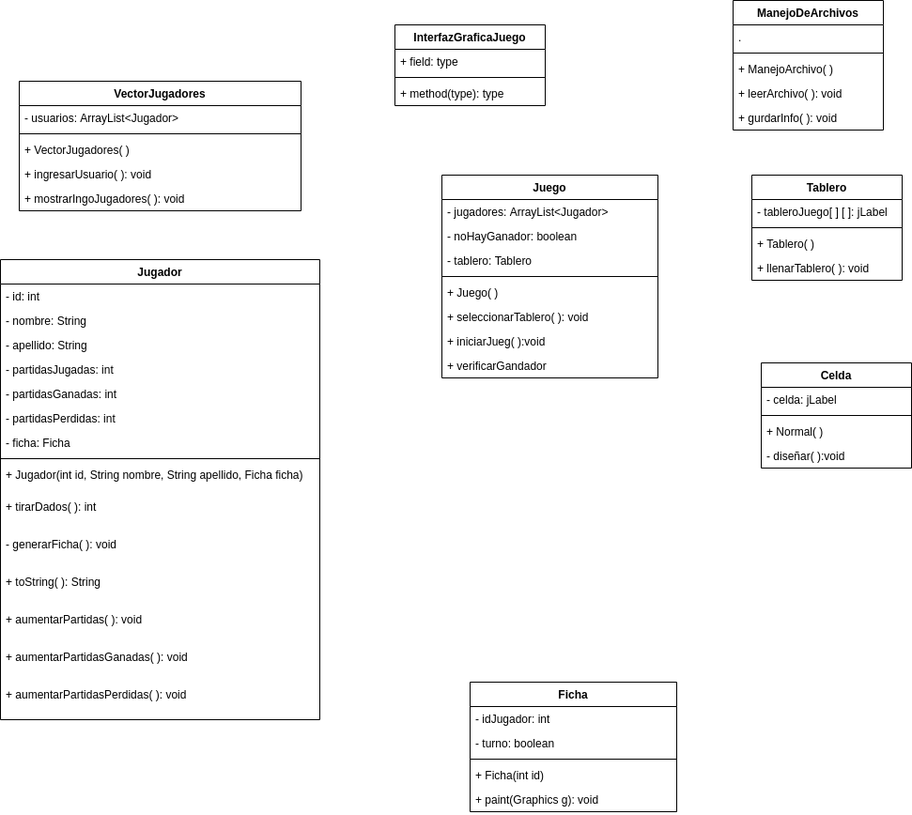
This is Proyecto Final.png from Pabloluis10/Escaleras-y-Serpientes, a draw.io export, as it was before one commit. Source tidied: cells renumbered, new cells last; positions are measured from the earlier drawing's top-left corner, leaving out a move shared by most shapes.
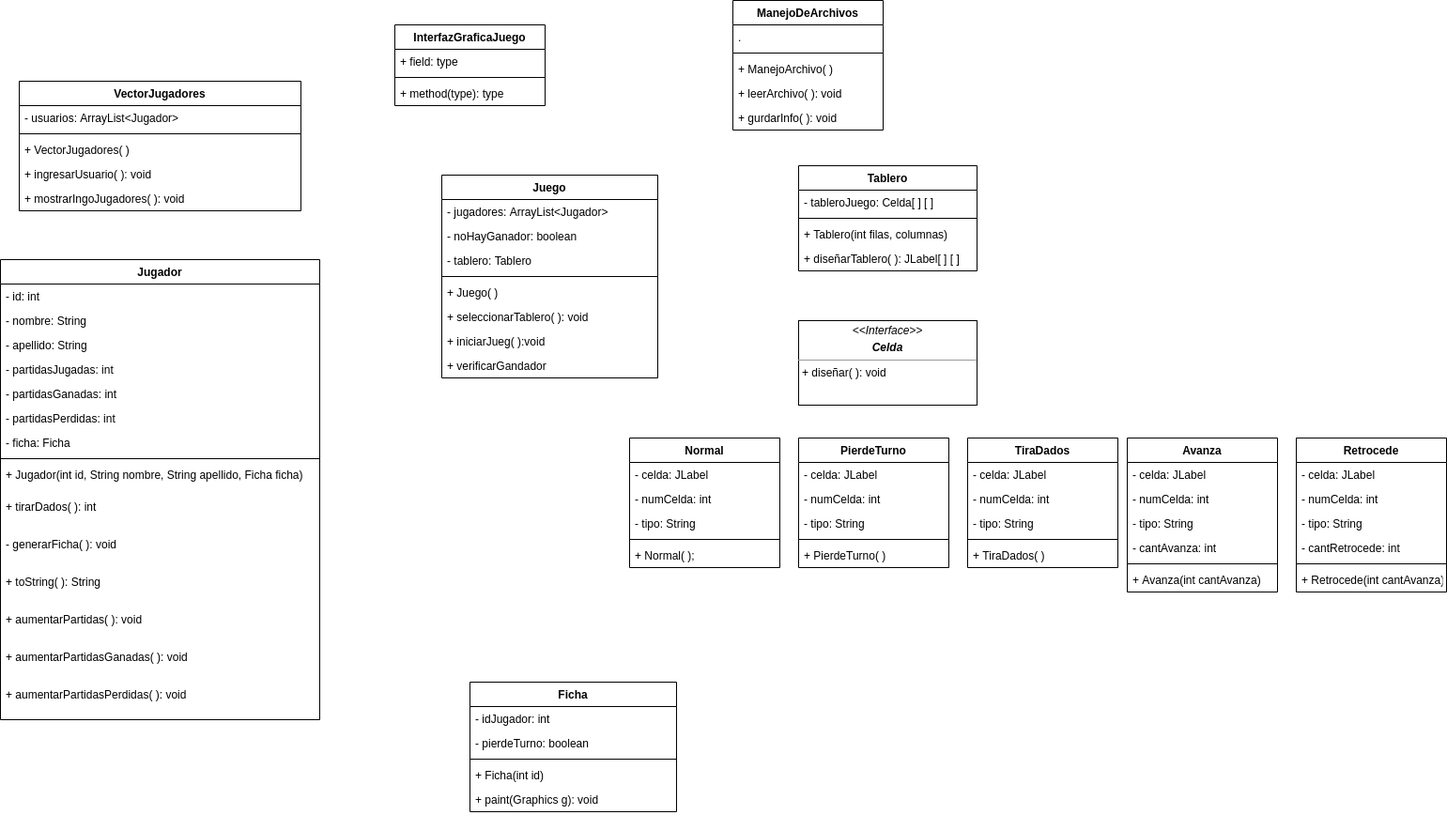
Later version of the same file.

Commit message:
Remplace la clase celda por interfaz celda

Diff of the diagram source:
```diff
@@ -56,7 +56,7 @@
     <mxCell id="19" value="- idJugador: int" style="text;strokeColor=none;fillColor=none;align=left;verticalAlign=top;spacingLeft=4;spacingRight=4;overflow=hidden;" parent="18" vertex="1">
       <mxGeometry y="26" width="220" height="26" as="geometry" />
     </mxCell>
-    <mxCell id="20" value="- turno: boolean" style="text;strokeColor=none;fillColor=none;align=left;verticalAlign=top;spacingLeft=4;spacingRight=4;overflow=hidden;" parent="18" vertex="1">
+    <mxCell id="20" value="- pierdeTurno: boolean" style="text;strokeColor=none;fillColor=none;align=left;verticalAlign=top;spacingLeft=4;spacingRight=4;overflow=hidden;" parent="18" vertex="1">
       <mxGeometry y="52" width="220" height="26" as="geometry" />
     </mxCell>
     <mxCell id="21" style="line;strokeWidth=1;fillColor=none;align=left;verticalAlign=middle;spacingTop=-1;spacingLeft=3;spacingRight=3;labelPosition=right;" parent="18" vertex="1">
@@ -69,19 +69,19 @@
       <mxGeometry y="112" width="220" height="26" as="geometry" />
     </mxCell>
     <mxCell id="24" value="Tablero" style="swimlane;fontStyle=1;align=center;verticalAlign=top;horizontal=1;startSize=26;" parent="1" vertex="1">
-      <mxGeometry x="800" y="186" width="160" height="112" as="geometry" />
+      <mxGeometry x="850" y="176" width="190" height="112" as="geometry" />
     </mxCell>
-    <mxCell id="25" value="- tableroJuego[ ] [ ]: jLabel " style="text;strokeColor=none;fillColor=none;align=left;verticalAlign=top;spacingLeft=4;spacingRight=4;overflow=hidden;" parent="24" vertex="1">
-      <mxGeometry y="26" width="160" height="26" as="geometry" />
+    <mxCell id="25" value="- tableroJuego: Celda[ ] [ ]" style="text;strokeColor=none;fillColor=none;align=left;verticalAlign=top;spacingLeft=4;spacingRight=4;overflow=hidden;" parent="24" vertex="1">
+      <mxGeometry y="26" width="190" height="26" as="geometry" />
     </mxCell>
     <mxCell id="26" style="line;strokeWidth=1;fillColor=none;align=left;verticalAlign=middle;spacingTop=-1;spacingLeft=3;spacingRight=3;labelPosition=right;" parent="24" vertex="1">
-      <mxGeometry y="52" width="160" height="8" as="geometry" />
+      <mxGeometry y="52" width="190" height="8" as="geometry" />
     </mxCell>
-    <mxCell id="27" value="+ Tablero( )" style="text;strokeColor=none;fillColor=none;align=left;verticalAlign=top;spacingLeft=4;spacingRight=4;overflow=hidden;" parent="24" vertex="1">
-      <mxGeometry y="60" width="160" height="26" as="geometry" />
+    <mxCell id="27" value="+ Tablero(int filas, columnas)" style="text;strokeColor=none;fillColor=none;align=left;verticalAlign=top;spacingLeft=4;spacingRight=4;overflow=hidden;" parent="24" vertex="1">
+      <mxGeometry y="60" width="190" height="26" as="geometry" />
     </mxCell>
-    <mxCell id="28" value="+ llenarTablero( ): void" style="text;strokeColor=none;fillColor=none;align=left;verticalAlign=top;spacingLeft=4;spacingRight=4;overflow=hidden;" parent="24" vertex="1">
-      <mxGeometry y="86" width="160" height="26" as="geometry" />
+    <mxCell id="28" value="+ diseñarTablero( ): JLabel[ ] [ ]" style="text;strokeColor=none;fillColor=none;align=left;verticalAlign=top;spacingLeft=4;spacingRight=4;overflow=hidden;" parent="24" vertex="1">
+      <mxGeometry y="86" width="190" height="26" as="geometry" />
     </mxCell>
     <mxCell id="29" value="VectorJugadores" style="swimlane;fontStyle=1;align=center;verticalAlign=top;horizontal=1;startSize=26;" parent="1" vertex="1">
       <mxGeometry x="20" y="86" width="300" height="138" as="geometry" />
@@ -101,21 +101,6 @@
     <mxCell id="34" value="+ mostrarIngoJugadores( ): void" style="text;strokeColor=none;fillColor=none;align=left;verticalAlign=top;spacingLeft=4;spacingRight=4;overflow=hidden;" parent="29" vertex="1">
       <mxGeometry y="112" width="300" height="26" as="geometry" />
     </mxCell>
-    <mxCell id="35" value="Celda" style="swimlane;fontStyle=1;align=center;verticalAlign=top;horizontal=1;startSize=26;" parent="1" vertex="1">
-      <mxGeometry x="810" y="386" width="160" height="112" as="geometry" />
-    </mxCell>
-    <mxCell id="36" value="- celda: jLabel" style="text;strokeColor=none;fillColor=none;align=left;verticalAlign=top;spacingLeft=4;spacingRight=4;overflow=hidden;" parent="35" vertex="1">
-      <mxGeometry y="26" width="160" height="26" as="geometry" />
-    </mxCell>
-    <mxCell id="37" style="line;strokeWidth=1;fillColor=none;align=left;verticalAlign=middle;spacingTop=-1;spacingLeft=3;spacingRight=3;labelPosition=right;" parent="35" vertex="1">
-      <mxGeometry y="52" width="160" height="8" as="geometry" />
-    </mxCell>
-    <mxCell id="38" value="+ Normal( )" style="text;strokeColor=none;fillColor=none;align=left;verticalAlign=top;spacingLeft=4;spacingRight=4;overflow=hidden;" parent="35" vertex="1">
-      <mxGeometry y="60" width="160" height="26" as="geometry" />
-    </mxCell>
-    <mxCell id="39" value="- diseñar( ):void" style="text;strokeColor=none;fillColor=none;align=left;verticalAlign=top;spacingLeft=4;spacingRight=4;overflow=hidden;" parent="35" vertex="1">
-      <mxGeometry y="86" width="160" height="26" as="geometry" />
-    </mxCell>
     <mxCell id="40" value="Juego" style="swimlane;fontStyle=1;align=center;verticalAlign=top;horizontal=1;startSize=26;" parent="1" vertex="1">
       <mxGeometry x="470" y="186" width="230" height="216" as="geometry" />
     </mxCell>
@@ -173,5 +158,104 @@
     <mxCell id="58" value="+ gurdarInfo( ): void" style="text;strokeColor=none;fillColor=none;align=left;verticalAlign=top;spacingLeft=4;spacingRight=4;overflow=hidden;" parent="53" vertex="1">
       <mxGeometry y="112" width="160" height="26" as="geometry" />
     </mxCell>
+    <mxCell id="59" value="&lt;p style=&quot;margin: 0px ; margin-top: 4px ; text-align: center&quot;&gt;&lt;i&gt;&amp;lt;&amp;lt;Interface&amp;gt;&amp;gt;&lt;/i&gt;&lt;br&gt;&lt;/p&gt;&lt;p style=&quot;margin: 0px ; margin-top: 4px ; text-align: center&quot;&gt;&lt;i&gt;&lt;b&gt;Celda&lt;/b&gt;&lt;/i&gt;&lt;/p&gt;&lt;hr size=&quot;1&quot;&gt;&lt;p style=&quot;margin: 0px ; margin-left: 4px&quot;&gt;+ diseñar( ): void&lt;br&gt;&lt;/p&gt;" style="verticalAlign=top;align=left;overflow=fill;fontSize=12;fontFamily=Helvetica;html=1;" parent="1" vertex="1">
+      <mxGeometry x="850" y="341" width="190" height="90" as="geometry" />
+    </mxCell>
+    <mxCell id="60" value="Normal" style="swimlane;fontStyle=1;align=center;verticalAlign=top;horizontal=1;startSize=26;" parent="1" vertex="1">
+      <mxGeometry x="670" y="466" width="160" height="138" as="geometry" />
+    </mxCell>
+    <mxCell id="61" value="- celda: JLabel" style="text;strokeColor=none;fillColor=none;align=left;verticalAlign=top;spacingLeft=4;spacingRight=4;overflow=hidden;" parent="60" vertex="1">
+      <mxGeometry y="26" width="160" height="26" as="geometry" />
+    </mxCell>
+    <mxCell id="62" value="- numCelda: int" style="text;strokeColor=none;fillColor=none;align=left;verticalAlign=top;spacingLeft=4;spacingRight=4;overflow=hidden;" parent="60" vertex="1">
+      <mxGeometry y="52" width="160" height="26" as="geometry" />
+    </mxCell>
+    <mxCell id="63" value="- tipo: String" style="text;strokeColor=none;fillColor=none;align=left;verticalAlign=top;spacingLeft=4;spacingRight=4;overflow=hidden;" parent="60" vertex="1">
+      <mxGeometry y="78" width="160" height="26" as="geometry" />
+    </mxCell>
+    <mxCell id="64" style="line;strokeWidth=1;fillColor=none;align=left;verticalAlign=middle;spacingTop=-1;spacingLeft=3;spacingRight=3;labelPosition=right;" parent="60" vertex="1">
+      <mxGeometry y="104" width="160" height="8" as="geometry" />
+    </mxCell>
+    <mxCell id="65" value="+ Normal( );" style="text;strokeColor=none;fillColor=none;align=left;verticalAlign=top;spacingLeft=4;spacingRight=4;overflow=hidden;" parent="60" vertex="1">
+      <mxGeometry y="112" width="160" height="26" as="geometry" />
+    </mxCell>
+    <mxCell id="66" value="PierdeTurno" style="swimlane;fontStyle=1;align=center;verticalAlign=top;horizontal=1;startSize=26;" parent="1" vertex="1">
+      <mxGeometry x="850" y="466" width="160" height="138" as="geometry" />
+    </mxCell>
+    <mxCell id="67" value="- celda: JLabel" style="text;strokeColor=none;fillColor=none;align=left;verticalAlign=top;spacingLeft=4;spacingRight=4;overflow=hidden;" parent="66" vertex="1">
+      <mxGeometry y="26" width="160" height="26" as="geometry" />
+    </mxCell>
+    <mxCell id="68" value="- numCelda: int" style="text;strokeColor=none;fillColor=none;align=left;verticalAlign=top;spacingLeft=4;spacingRight=4;overflow=hidden;" parent="66" vertex="1">
+      <mxGeometry y="52" width="160" height="26" as="geometry" />
+    </mxCell>
+    <mxCell id="69" value="- tipo: String" style="text;strokeColor=none;fillColor=none;align=left;verticalAlign=top;spacingLeft=4;spacingRight=4;overflow=hidden;" parent="66" vertex="1">
+      <mxGeometry y="78" width="160" height="26" as="geometry" />
+    </mxCell>
+    <mxCell id="70" style="line;strokeWidth=1;fillColor=none;align=left;verticalAlign=middle;spacingTop=-1;spacingLeft=3;spacingRight=3;labelPosition=right;" parent="66" vertex="1">
+      <mxGeometry y="104" width="160" height="8" as="geometry" />
+    </mxCell>
+    <mxCell id="71" value="+ PierdeTurno( )" style="text;strokeColor=none;fillColor=none;align=left;verticalAlign=top;spacingLeft=4;spacingRight=4;overflow=hidden;" parent="66" vertex="1">
+      <mxGeometry y="112" width="160" height="26" as="geometry" />
+    </mxCell>
+    <mxCell id="72" value="TiraDados" style="swimlane;fontStyle=1;align=center;verticalAlign=top;horizontal=1;startSize=26;" parent="1" vertex="1">
+      <mxGeometry x="1030" y="466" width="160" height="138" as="geometry" />
+    </mxCell>
+    <mxCell id="73" value="- celda: JLabel" style="text;strokeColor=none;fillColor=none;align=left;verticalAlign=top;spacingLeft=4;spacingRight=4;overflow=hidden;" parent="72" vertex="1">
+      <mxGeometry y="26" width="160" height="26" as="geometry" />
+    </mxCell>
+    <mxCell id="74" value="- numCelda: int" style="text;strokeColor=none;fillColor=none;align=left;verticalAlign=top;spacingLeft=4;spacingRight=4;overflow=hidden;" parent="72" vertex="1">
+      <mxGeometry y="52" width="160" height="26" as="geometry" />
+    </mxCell>
+    <mxCell id="75" value="- tipo: String" style="text;strokeColor=none;fillColor=none;align=left;verticalAlign=top;spacingLeft=4;spacingRight=4;overflow=hidden;" parent="72" vertex="1">
+      <mxGeometry y="78" width="160" height="26" as="geometry" />
+    </mxCell>
+    <mxCell id="76" style="line;strokeWidth=1;fillColor=none;align=left;verticalAlign=middle;spacingTop=-1;spacingLeft=3;spacingRight=3;labelPosition=right;" parent="72" vertex="1">
+      <mxGeometry y="104" width="160" height="8" as="geometry" />
+    </mxCell>
+    <mxCell id="77" value="+ TiraDados( )" style="text;strokeColor=none;fillColor=none;align=left;verticalAlign=top;spacingLeft=4;spacingRight=4;overflow=hidden;" parent="72" vertex="1">
+      <mxGeometry y="112" width="160" height="26" as="geometry" />
+    </mxCell>
+    <mxCell id="78" value="Avanza" style="swimlane;fontStyle=1;align=center;verticalAlign=top;horizontal=1;startSize=26;" parent="1" vertex="1">
+      <mxGeometry x="1200" y="466" width="160" height="164" as="geometry" />
+    </mxCell>
+    <mxCell id="79" value="- celda: JLabel" style="text;strokeColor=none;fillColor=none;align=left;verticalAlign=top;spacingLeft=4;spacingRight=4;overflow=hidden;" parent="78" vertex="1">
+      <mxGeometry y="26" width="160" height="26" as="geometry" />
+    </mxCell>
+    <mxCell id="80" value="- numCelda: int" style="text;strokeColor=none;fillColor=none;align=left;verticalAlign=top;spacingLeft=4;spacingRight=4;overflow=hidden;" parent="78" vertex="1">
+      <mxGeometry y="52" width="160" height="26" as="geometry" />
+    </mxCell>
+    <mxCell id="81" value="- tipo: String" style="text;strokeColor=none;fillColor=none;align=left;verticalAlign=top;spacingLeft=4;spacingRight=4;overflow=hidden;" parent="78" vertex="1">
+      <mxGeometry y="78" width="160" height="26" as="geometry" />
+    </mxCell>
+    <mxCell id="82" value="- cantAvanza: int" style="text;strokeColor=none;fillColor=none;align=left;verticalAlign=top;spacingLeft=4;spacingRight=4;overflow=hidden;" parent="78" vertex="1">
+      <mxGeometry y="104" width="160" height="26" as="geometry" />
+    </mxCell>
+    <mxCell id="83" style="line;strokeWidth=1;fillColor=none;align=left;verticalAlign=middle;spacingTop=-1;spacingLeft=3;spacingRight=3;labelPosition=right;" parent="78" vertex="1">
+      <mxGeometry y="130" width="160" height="8" as="geometry" />
+    </mxCell>
+    <mxCell id="84" value="+ Avanza(int cantAvanza)" style="text;strokeColor=none;fillColor=none;align=left;verticalAlign=top;spacingLeft=4;spacingRight=4;overflow=hidden;" parent="78" vertex="1">
+      <mxGeometry y="138" width="160" height="26" as="geometry" />
+    </mxCell>
+    <mxCell id="85" value="Retrocede" style="swimlane;fontStyle=1;align=center;verticalAlign=top;horizontal=1;startSize=26;" parent="1" vertex="1">
+      <mxGeometry x="1380" y="466" width="160" height="164" as="geometry" />
+    </mxCell>
+    <mxCell id="86" value="- celda: JLabel" style="text;strokeColor=none;fillColor=none;align=left;verticalAlign=top;spacingLeft=4;spacingRight=4;overflow=hidden;" parent="85" vertex="1">
+      <mxGeometry y="26" width="160" height="26" as="geometry" />
+    </mxCell>
+    <mxCell id="87" value="- numCelda: int" style="text;strokeColor=none;fillColor=none;align=left;verticalAlign=top;spacingLeft=4;spacingRight=4;overflow=hidden;" parent="85" vertex="1">
+      <mxGeometry y="52" width="160" height="26" as="geometry" />
+    </mxCell>
+    <mxCell id="88" value="- tipo: String" style="text;strokeColor=none;fillColor=none;align=left;verticalAlign=top;spacingLeft=4;spacingRight=4;overflow=hidden;" parent="85" vertex="1">
+      <mxGeometry y="78" width="160" height="26" as="geometry" />
+    </mxCell>
+    <mxCell id="89" value="- cantRetrocede: int" style="text;strokeColor=none;fillColor=none;align=left;verticalAlign=top;spacingLeft=4;spacingRight=4;overflow=hidden;" parent="85" vertex="1">
+      <mxGeometry y="104" width="160" height="26" as="geometry" />
+    </mxCell>
+    <mxCell id="90" style="line;strokeWidth=1;fillColor=none;align=left;verticalAlign=middle;spacingTop=-1;spacingLeft=3;spacingRight=3;labelPosition=right;" parent="85" vertex="1">
+      <mxGeometry y="130" width="160" height="8" as="geometry" />
+    </mxCell>
+    <mxCell id="91" value="+ Retrocede(int cantAvanza)" style="text;strokeColor=none;fillColor=none;align=left;verticalAlign=top;spacingLeft=4;spacingRight=4;overflow=hidden;" parent="85" vertex="1">
+      <mxGeometry y="138" width="160" height="26" as="geometry" />
+    </mxCell>
   </root>
 </mxGraphModel>
```
